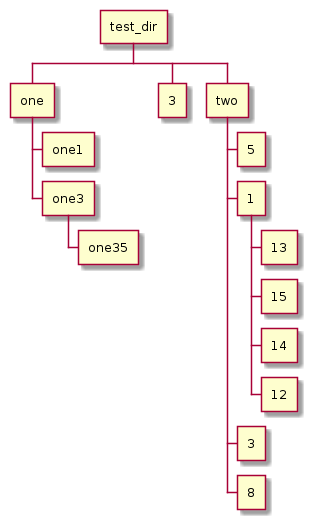
doovis/project_manager keeps this PlantUML diagram as project/tree_diagram.png. Above is the earlier version.
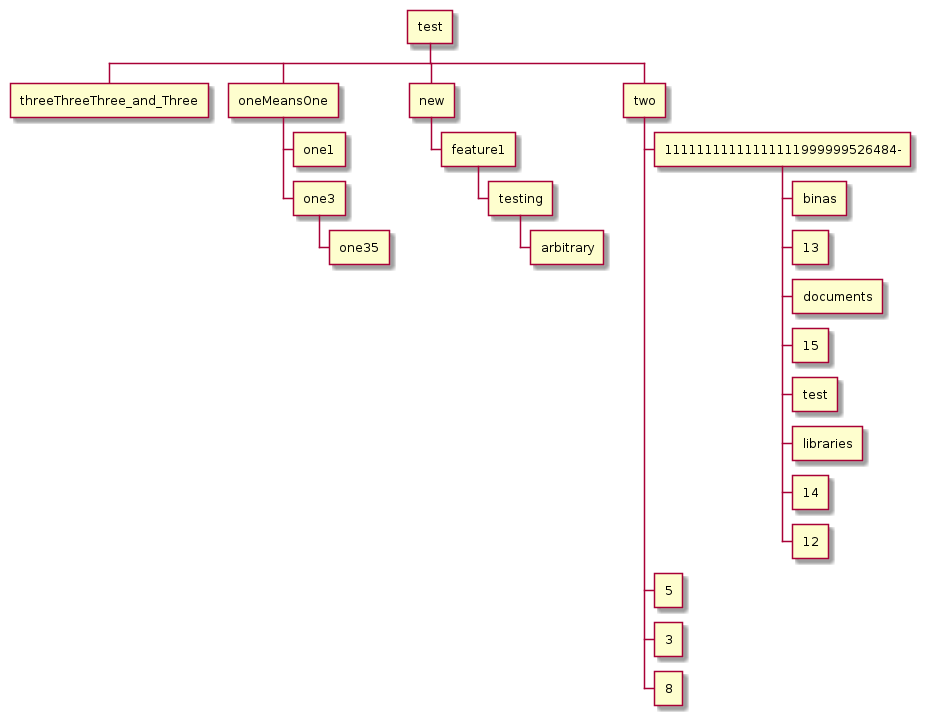
Above is the later version.

Commit message:
testing output_svg

The edit, as a diff of the source:
```diff
@@ -1,17 +1,25 @@
 @startwbs
-* test_dir
-** one
+* test
+** threeThreeThree_and_Three
+** oneMeansOne
 *** one1
 *** one3
 **** one35
-** 3
+** new
+*** feature1
+**** testing
+***** arbitrary
 ** two
-*** 5
-*** 1
+*** 11111111111111111999999526484-
+**** binas
 **** 13
+**** documents
 **** 15
+**** test
+**** libraries
 **** 14
 **** 12
+*** 5
 *** 3
 *** 8
 @endwbs
```
